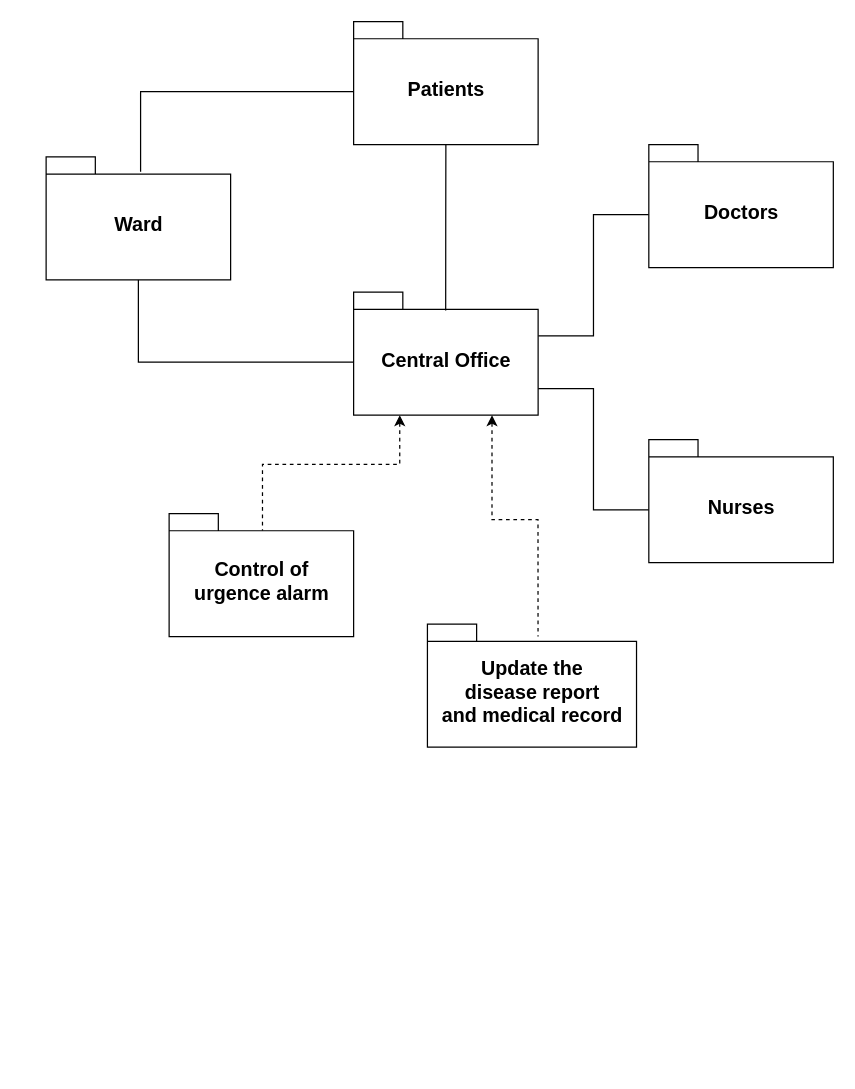
The draw.io diagram Package Diagram.drawio in MinkunZhao/SE_lab1, before the edit. Source tidied: cells renumbered, new cells numbered last; positions are measured from the earlier drawing's top-left corner, leaving out a move shared by most shapes. Both pictures are drawn from the tidied source at 123%, with x=0, y=0 at pixel (46, 21).
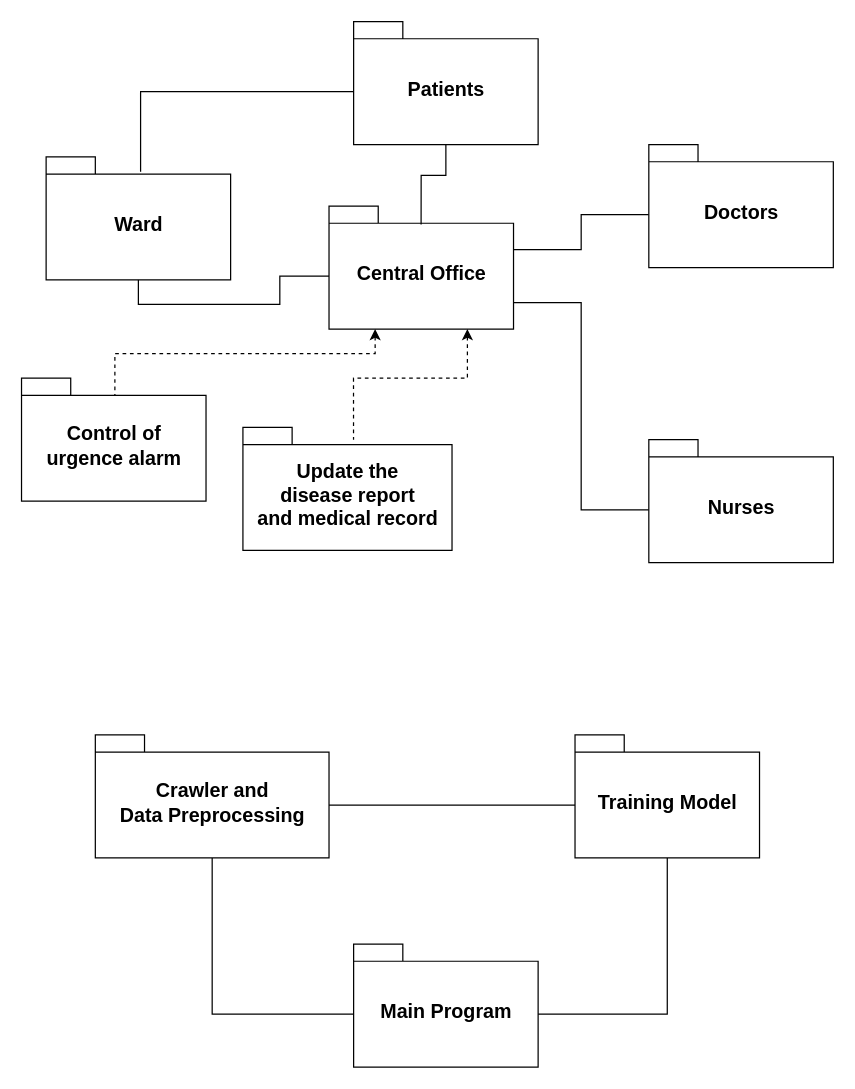
The same page after the edit.

Diff of the diagram source:
```diff
@@
     <mxCell id="5" value="&lt;font style=&quot;font-size: 16px;&quot;&gt;Central Office&lt;/font&gt;" style="shape=folder;fontStyle=1;spacingTop=10;tabWidth=40;tabHeight=14;tabPosition=left;html=1;" parent="1" vertex="1">
-      <mxGeometry x="250" y="220" width="150" height="100" as="geometry" />
+      <mxGeometry x="230" y="150" width="150" height="100" as="geometry" />
     </mxCell>
@@
     <mxCell id="13" value="&lt;font style=&quot;&quot;&gt;&lt;span style=&quot;font-size: 16px;&quot;&gt;Control of&lt;/span&gt;&lt;br&gt;&lt;span style=&quot;font-size: 16px;&quot;&gt;urgence alarm&lt;/span&gt;&lt;br&gt;&lt;/font&gt;" style="shape=folder;fontStyle=1;spacingTop=10;tabWidth=40;tabHeight=14;tabPosition=left;html=1;" parent="1" vertex="1">
-      <mxGeometry x="100" y="400" width="150" height="100" as="geometry" />
+      <mxGeometry x="-20" y="290" width="150" height="100" as="geometry" />
     </mxCell>
     <mxCell id="14" value="&lt;font style=&quot;&quot;&gt;&lt;span style=&quot;font-size: 16px;&quot;&gt;Update the&lt;br&gt;disease report&lt;br&gt;and&amp;nbsp;medical record&lt;/span&gt;&lt;br&gt;&lt;/font&gt;" style="shape=folder;fontStyle=1;spacingTop=10;tabWidth=40;tabHeight=14;tabPosition=left;html=1;" parent="1" vertex="1">
-      <mxGeometry x="310" y="490" width="170" height="100" as="geometry" />
+      <mxGeometry x="160" y="330" width="170" height="100" as="geometry" />
     </mxCell>
@@
+    <mxCell id="16" value="&lt;font style=&quot;font-size: 16px;&quot;&gt;Crawler and &lt;br&gt;Data Preprocessing&lt;br&gt;&lt;/font&gt;" style="shape=folder;fontStyle=1;spacingTop=10;tabWidth=40;tabHeight=14;tabPosition=left;html=1;" parent="1" vertex="1">
+      <mxGeometry x="40" y="580" width="190" height="100" as="geometry" />
+    </mxCell>
+    <mxCell id="17" value="&lt;font style=&quot;font-size: 16px;&quot;&gt;Main Program&lt;/font&gt;" style="shape=folder;fontStyle=1;spacingTop=10;tabWidth=40;tabHeight=14;tabPosition=left;html=1;" parent="1" vertex="1">
+      <mxGeometry x="250" y="750" width="150" height="100" as="geometry" />
+    </mxCell>
+    <mxCell id="18" value="&lt;span style=&quot;font-size: 16px;&quot;&gt;Training Model&lt;/span&gt;" style="shape=folder;fontStyle=1;spacingTop=10;tabWidth=40;tabHeight=14;tabPosition=left;html=1;" parent="1" vertex="1">
+      <mxGeometry x="430" y="580" width="150" height="100" as="geometry" />
+    </mxCell>
+    <mxCell id="19" style="edgeStyle=orthogonalEdgeStyle;rounded=0;jettySize=auto;html=1;entryX=0;entryY=0;entryDx=0;entryDy=57;entryPerimeter=0;fontSize=16;endArrow=none;endFill=0;exitX=0;exitY=0;exitDx=190;exitDy=57;exitPerimeter=0;" parent="1" edge="1" source="16" target="18">
+      <mxGeometry relative="1" as="geometry" />
+    </mxCell>
+    <mxCell id="20" style="edgeStyle=orthogonalEdgeStyle;rounded=0;jettySize=auto;html=1;entryX=0.5;entryY=1;entryDx=0;entryDy=0;entryPerimeter=0;fontSize=16;endArrow=none;endFill=0;exitX=0;exitY=0;exitDx=0;exitDy=57;exitPerimeter=0;" parent="1" edge="1" source="17" target="16">
+      <mxGeometry relative="1" as="geometry">
+        <Array as="points">
+          <mxPoint x="135" y="807" />
+        </Array>
+      </mxGeometry>
+    </mxCell>
+    <mxCell id="21" style="edgeStyle=orthogonalEdgeStyle;rounded=0;jettySize=auto;html=1;entryX=0.5;entryY=1;entryDx=0;entryDy=0;entryPerimeter=0;fontSize=16;endArrow=none;endFill=0;exitX=0;exitY=0;exitDx=150;exitDy=57;exitPerimeter=0;" parent="1" edge="1" source="17" target="18">
+      <mxGeometry relative="1" as="geometry">
+        <Array as="points">
+          <mxPoint x="505" y="807" />
+        </Array>
+      </mxGeometry>
+    </mxCell>
```
